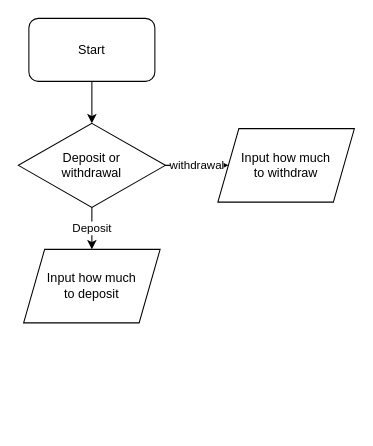
PPMAN123/ICS2D1 keeps this draw.io diagram as Lessons/Unit4/2.drawio. Above is the earlier version. Source tidied: cells renumbered, new cells numbered last; positions are measured from the earlier drawing's top-left corner, leaving out a move shared by most shapes. Both pictures are drawn from the tidied source at 105%, with x=0, y=0 at pixel (18, 18).
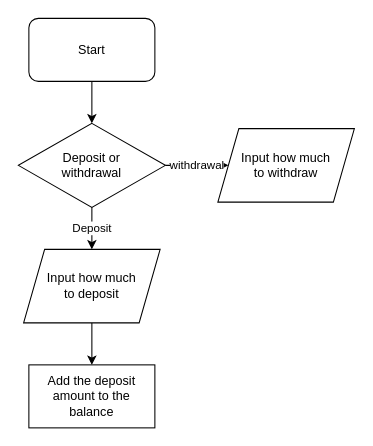
The same diagram, later.

The edit, as a diff of the source:
```diff
@@
 <mxGraphModel>
   <root>
     <mxCell id="0" />
     <mxCell id="1" parent="0" />
     <mxCell id="2" style="edgeStyle=orthogonalEdgeStyle;rounded=0;jettySize=auto;html=1;" parent="1" edge="1" source="3" target="6">
       <mxGeometry relative="1" as="geometry" />
     </mxCell>
     <mxCell id="3" value="Start" style="rounded=1;whiteSpace=wrap;html=1;" parent="1" vertex="1">
       <mxGeometry x="10" width="120" height="60" as="geometry" />
     </mxCell>
     <mxCell id="4" value="Deposit" style="edgeStyle=orthogonalEdgeStyle;rounded=0;jettySize=auto;html=1;exitX=0.5;exitY=1;exitDx=0;exitDy=0;" parent="1" edge="1" source="6" target="7">
       <mxGeometry relative="1" as="geometry" />
     </mxCell>
     <mxCell id="5" value="withdrawal" style="edgeStyle=orthogonalEdgeStyle;rounded=0;jettySize=auto;html=1;" parent="1" edge="1" source="6" target="8">
       <mxGeometry relative="1" as="geometry" />
     </mxCell>
     <mxCell id="6" value="Deposit or&lt;br&gt;withdrawal" style="rhombus;whiteSpace=wrap;html=1;" parent="1" vertex="1">
       <mxGeometry y="100" width="140" height="80" as="geometry" />
     </mxCell>
+    <mxCell id="9" style="edgeStyle=orthogonalEdgeStyle;rounded=0;jettySize=auto;html=1;" parent="1" edge="1" source="7" target="10">
+      <mxGeometry relative="1" as="geometry" />
+    </mxCell>
     <mxCell id="7" value="Input how much&lt;br&gt;to deposit" style="shape=parallelogram;perimeter=parallelogramPerimeter;whiteSpace=wrap;html=1;fixedSize=1;" parent="1" vertex="1">
       <mxGeometry x="5" y="220" width="130" height="70" as="geometry" />
     </mxCell>
     <mxCell id="8" value="Input how much&lt;br&gt;to withdraw" style="shape=parallelogram;perimeter=parallelogramPerimeter;whiteSpace=wrap;html=1;fixedSize=1;" parent="1" vertex="1">
       <mxGeometry x="190" y="105" width="130" height="70" as="geometry" />
     </mxCell>
+    <mxCell id="10" value="Add the deposit amount to the balance" style="rounded=0;whiteSpace=wrap;html=1;" parent="1" vertex="1">
+      <mxGeometry x="10" y="330" width="120" height="60" as="geometry" />
+    </mxCell>
   </root>
 </mxGraphModel>
```
